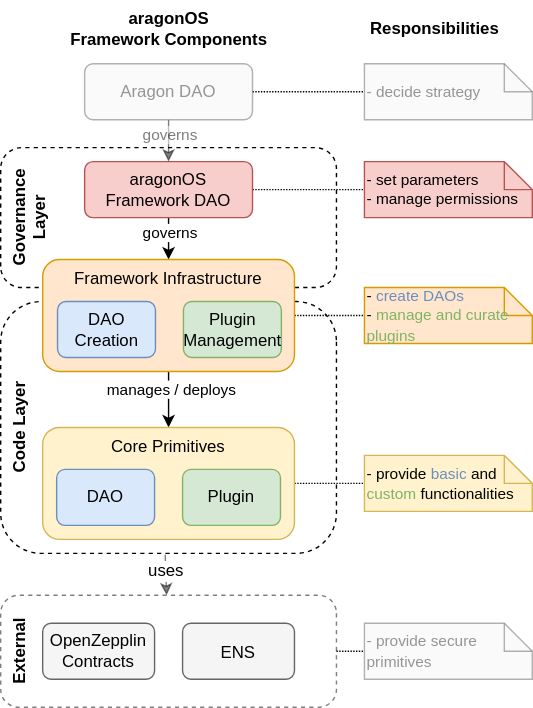
Earlier version of the draw.io export packages/contracts/docs/core/01-how-it-works/aragon-os-framework-overview.drawio.svg (aragon/osx). Source tidied: cells renumbered, new cells last; positions are measured from the earlier drawing's top-left corner, leaving out a move shared by most shapes.
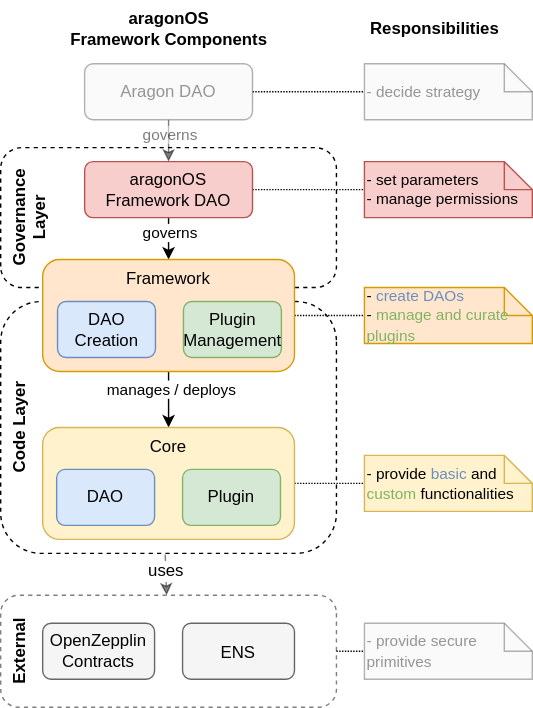
Later version of the same file.

Commit message:
Renaming in graphics

Diff of the diagram source:
```diff
@@ -46,7 +46,7 @@
         </Array>
       </mxGeometry>
     </mxCell>
-    <mxCell id="15" value="&lt;font color=&quot;#000000&quot; style=&quot;font-size: 12px;&quot;&gt;&lt;span style=&quot;font-size: 12px;&quot;&gt;&lt;b&gt;aragonOS&lt;br&gt;&lt;/b&gt;&lt;/span&gt;&lt;b style=&quot;font-size: 12px;&quot;&gt;Framework Components&lt;br style=&quot;font-size: 12px;&quot;&gt;&lt;/b&gt;&lt;/font&gt;" style="text;html=1;align=center;verticalAlign=middle;strokeColor=none;fillColor=none;fontSize=12;fontColor=#7EA6E0;rounded=0;" parent="1" vertex="1">
+    <mxCell id="15" value="&lt;font color=&quot;#000000&quot; style=&quot;font-size: 12px;&quot;&gt;&lt;span style=&quot;font-size: 12px;&quot;&gt;&lt;b&gt;aragonOSx&lt;br&gt;&lt;/b&gt;&lt;/span&gt;&lt;b style=&quot;font-size: 12px;&quot;&gt;Framework Components&lt;br style=&quot;font-size: 12px;&quot;&gt;&lt;/b&gt;&lt;/font&gt;" style="text;html=1;align=center;verticalAlign=middle;strokeColor=none;fillColor=none;fontSize=12;fontColor=#7EA6E0;rounded=0;" parent="1" vertex="1">
       <mxGeometry x="10" width="160" height="40" as="geometry" />
     </mxCell>
     <mxCell id="16" value="Governance Layer" style="rounded=1;whiteSpace=wrap;html=1;dashed=1;fillColor=none;verticalAlign=top;fontStyle=1;rotation=270;" parent="1" vertex="1">
@@ -60,7 +60,7 @@
         <mxPoint y="-7" as="offset" />
       </mxGeometry>
     </mxCell>
-    <mxCell id="19" value="aragonOS Framework DAO" style="rounded=1;whiteSpace=wrap;html=1;verticalAlign=middle;fontStyle=0;fillColor=#f8cecc;strokeColor=#b85450;" parent="1" vertex="1">
+    <mxCell id="19" value="aragonOSx Framework DAO" style="rounded=1;whiteSpace=wrap;html=1;verticalAlign=middle;fontStyle=0;fillColor=#f8cecc;strokeColor=#b85450;" parent="1" vertex="1">
       <mxGeometry x="30" y="115" width="120" height="40" as="geometry" />
     </mxCell>
     <mxCell id="20" style="edgeStyle=orthogonalEdgeStyle;rounded=0;jettySize=auto;html=1;textOpacity=50;opacity=50;" parent="1" edge="1" source="22" target="19">
@@ -96,7 +96,7 @@
     <mxCell id="28" style="group;" parent="1" vertex="1">
       <mxGeometry y="305" width="180" height="80" as="geometry" />
     </mxCell>
-    <mxCell id="29" value="Core Primitives" style="rounded=1;whiteSpace=wrap;html=1;verticalAlign=top;fontStyle=0;fillColor=#fff2cc;strokeColor=#d6b656;" parent="28" vertex="1">
+    <mxCell id="29" value="Core" style="rounded=1;whiteSpace=wrap;html=1;verticalAlign=top;fontStyle=0;fillColor=#fff2cc;strokeColor=#d6b656;" parent="28" vertex="1">
       <mxGeometry width="180" height="80" as="geometry" />
     </mxCell>
     <mxCell id="30" value="DAO" style="rounded=1;whiteSpace=wrap;html=1;verticalAlign=middle;fontStyle=0;fillColor=#dae8fc;strokeColor=#6c8ebf;" parent="28" vertex="1">
@@ -108,7 +108,7 @@
     <mxCell id="32" style="group;" parent="1" vertex="1">
       <mxGeometry y="185" width="180" height="80" as="geometry" />
     </mxCell>
-    <mxCell id="33" value="Framework Infrastructure" style="rounded=1;whiteSpace=wrap;html=1;verticalAlign=top;fontStyle=0;fillColor=#ffe6cc;strokeColor=#d79b00;" parent="32" vertex="1">
+    <mxCell id="33" value="Framework" style="rounded=1;whiteSpace=wrap;html=1;verticalAlign=top;fontStyle=0;fillColor=#ffe6cc;strokeColor=#d79b00;" parent="32" vertex="1">
       <mxGeometry width="180" height="80" as="geometry" />
     </mxCell>
     <mxCell id="34" value="DAO Creation" style="rounded=1;whiteSpace=wrap;html=1;verticalAlign=middle;fontStyle=0;fillColor=#dae8fc;strokeColor=#6c8ebf;" parent="32" vertex="1">
```
